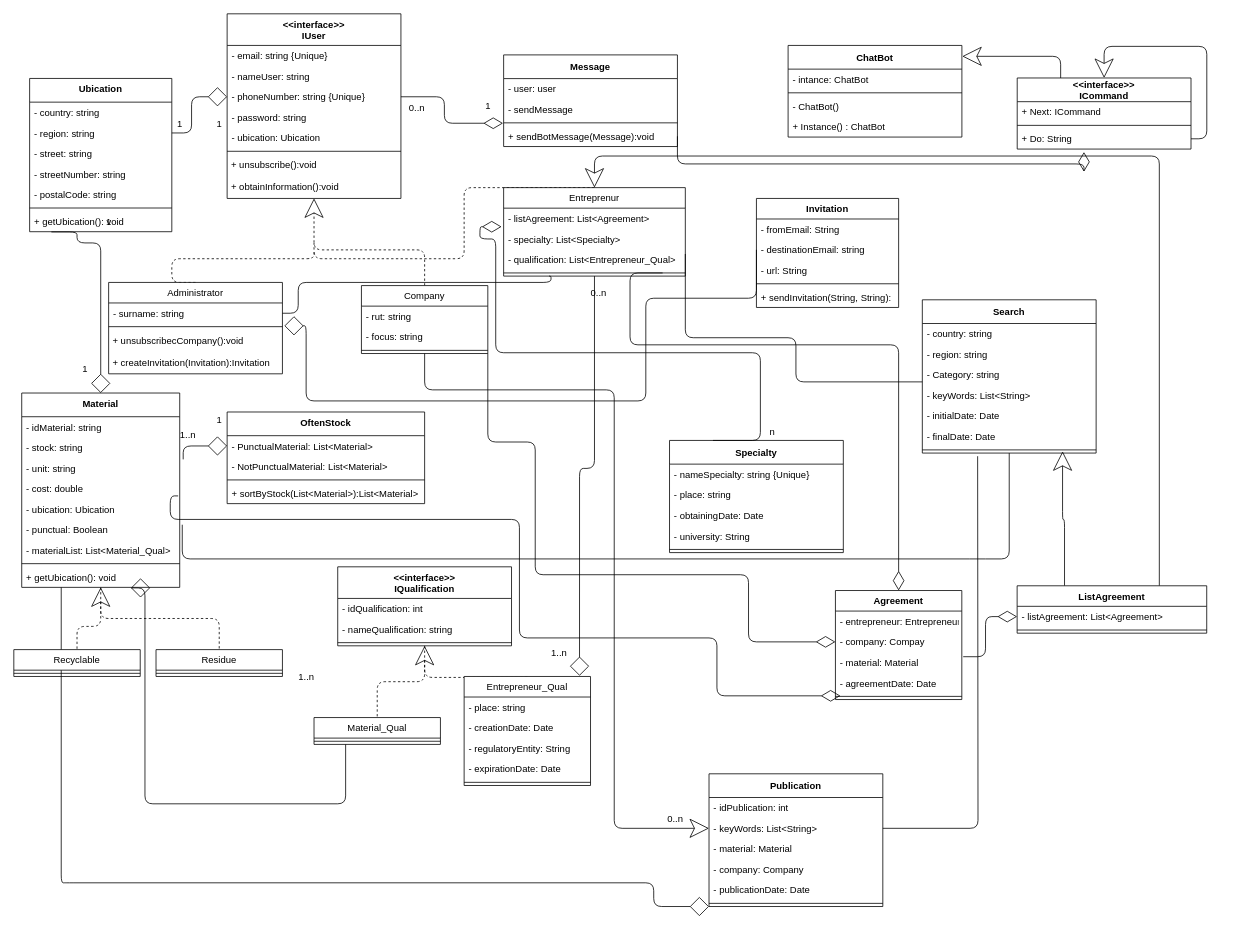
Before: docs/DiagramaDeClases.drawio in kevinalvarezvicente/Final_Work_PII_2021, a draw.io diagram. Source tidied: cells renumbered, new cells numbered last; positions are measured from the earlier drawing's top-left corner, leaving out a move shared by most shapes. Both pictures are drawn from the tidied source at 79%, with x=0, y=0 at pixel (13, 13).
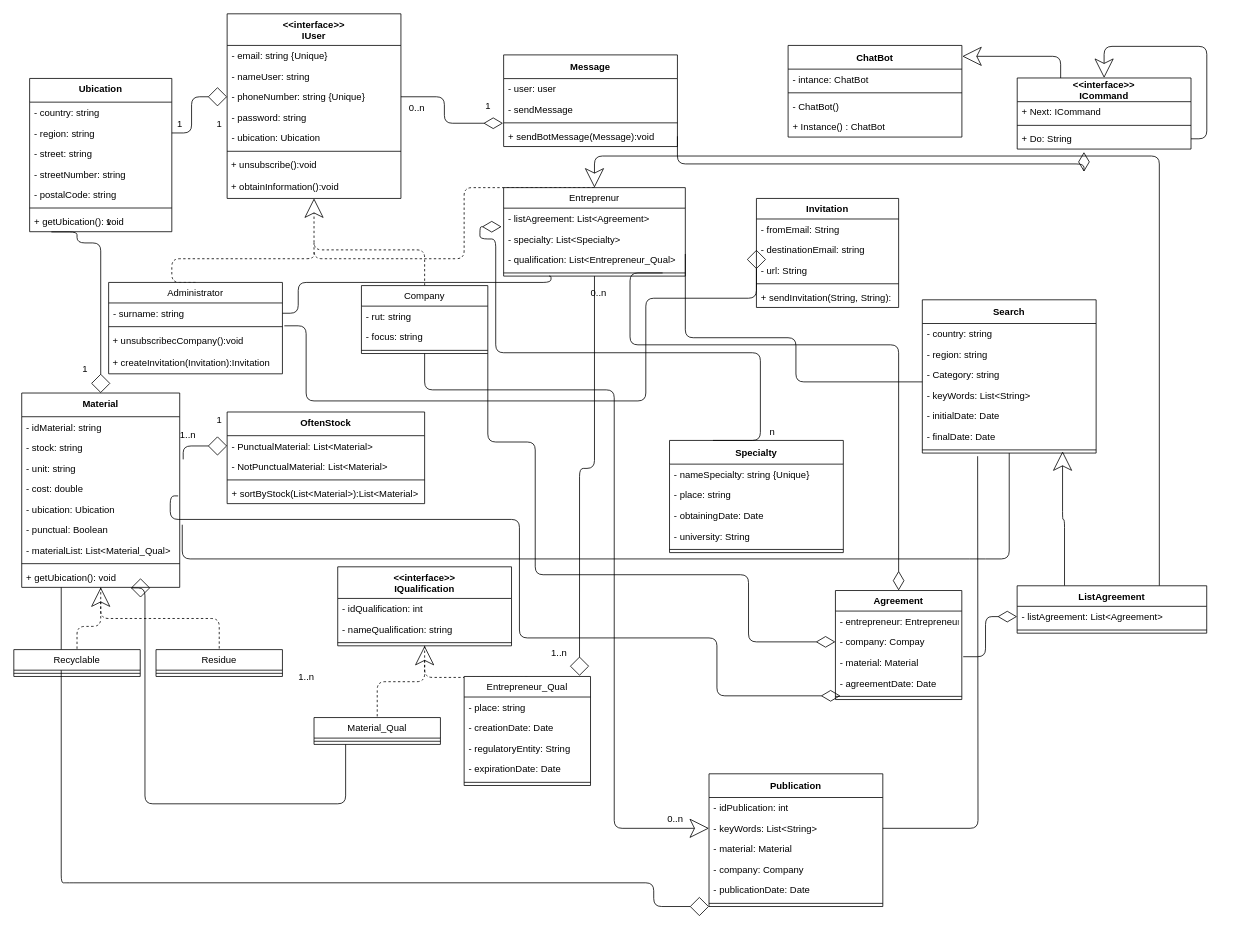
The same diagram, later.

Unchanged cells that the change refers to:
```xml
<mxCell id="4" value="- surname: string" style="text;strokeColor=none;fillColor=none;align=left;verticalAlign=top;spacingLeft=4;spacingRight=4;overflow=hidden;points=[[0,0.5],[1,0.5]];portConstraint=eastwest;" parent="3" vertex="1">
  <mxGeometry y="26" width="220" height="26" as="geometry" />
</mxCell>
<mxCell id="134" value="- destinationEmail: string" style="text;strokeColor=none;fillColor=none;align=left;verticalAlign=top;spacingLeft=4;spacingRight=4;overflow=hidden;points=[[0,0.5],[1,0.5]];portConstraint=eastwest;" parent="132" vertex="1">
  <mxGeometry y="52" width="180" height="26" as="geometry" />
</mxCell>
```

Diff of the diagram source:
```diff
@@
-    <mxCell id="138" style="edgeStyle=orthogonalEdgeStyle;rounded=1;jettySize=auto;html=1;exitX=1.011;exitY=1.113;exitDx=0;exitDy=0;entryX=0;entryY=0.5;entryDx=0;entryDy=0;startArrow=diamond;startFill=0;endArrow=none;endFill=0;targetPerimeterSpacing=4;startSize=22;endSize=22;exitPerimeter=0;" parent="1" edge="1" source="4" target="134">
+    <mxCell id="138" style="edgeStyle=orthogonalEdgeStyle;rounded=1;jettySize=auto;html=1;exitX=1.011;exitY=1.113;exitDx=0;exitDy=0;entryX=0;entryY=0.5;entryDx=0;entryDy=0;startArrow=none;startFill=0;endArrow=diamond;endFill=0;targetPerimeterSpacing=4;startSize=22;endSize=22;exitPerimeter=0;" parent="1" edge="1" source="4" target="134">
       <mxGeometry relative="1" as="geometry">
         <Array as="points">
           <mxPoint x="370" y="395" />
           <mxPoint x="370" y="490" />
           <mxPoint x="800" y="490" />
           <mxPoint x="800" y="360" />
           <mxPoint x="940" y="360" />
         </Array>
       </mxGeometry>
     </mxCell>
```
